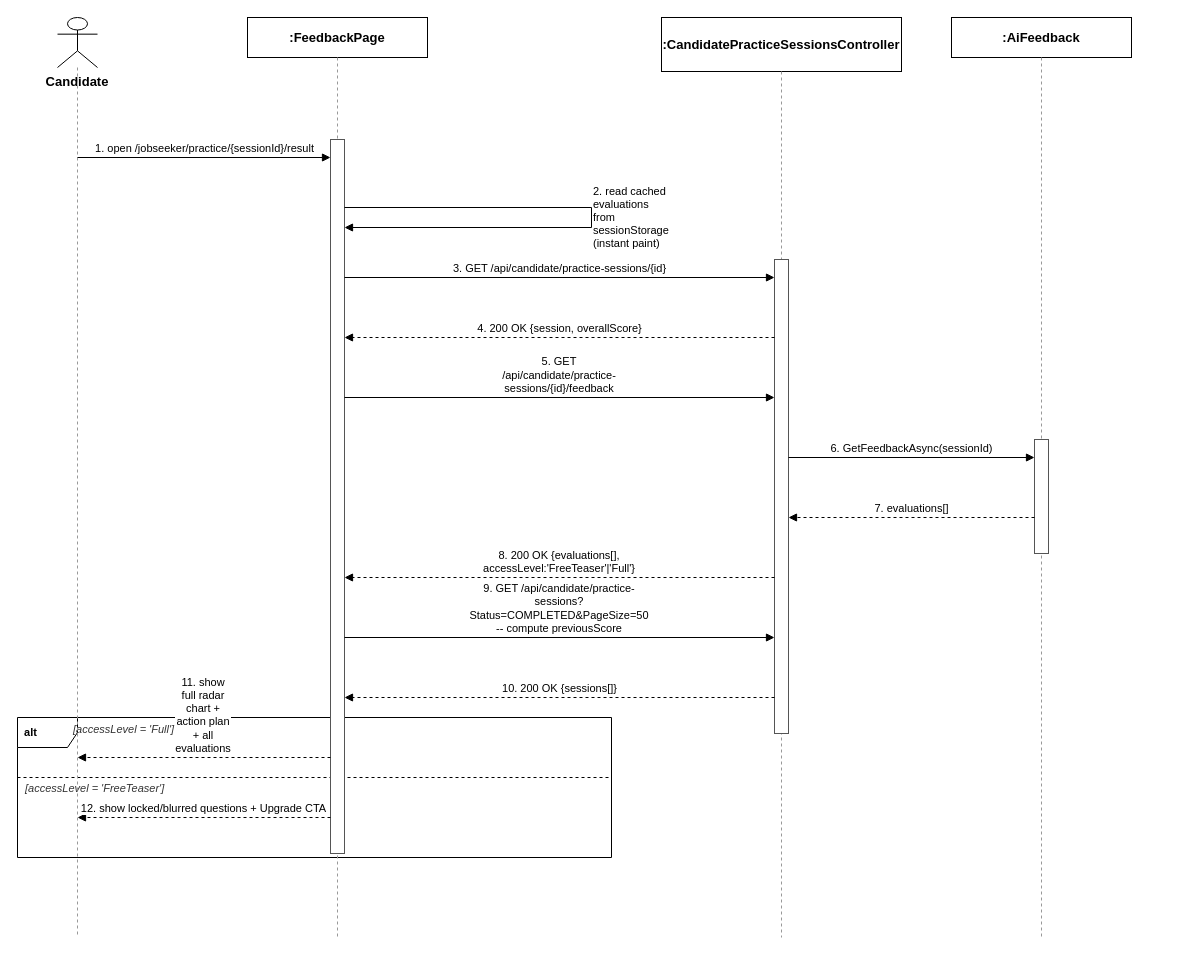
tulklk/AI_Interview_Question_Generation_RAG_LLM_FE keeps this draw.io diagram as docs/qa/Tu_SequenceDiagram/10_View_AI_Feedback_Result.drawio. Above is the earlier version. Source tidied: cells renumbered, new cells numbered last; positions are measured from the earlier drawing's top-left corner, leaving out a move shared by most shapes. Both pictures are drawn from the tidied source at 100%, with x=0, y=0 at pixel (17, 17).
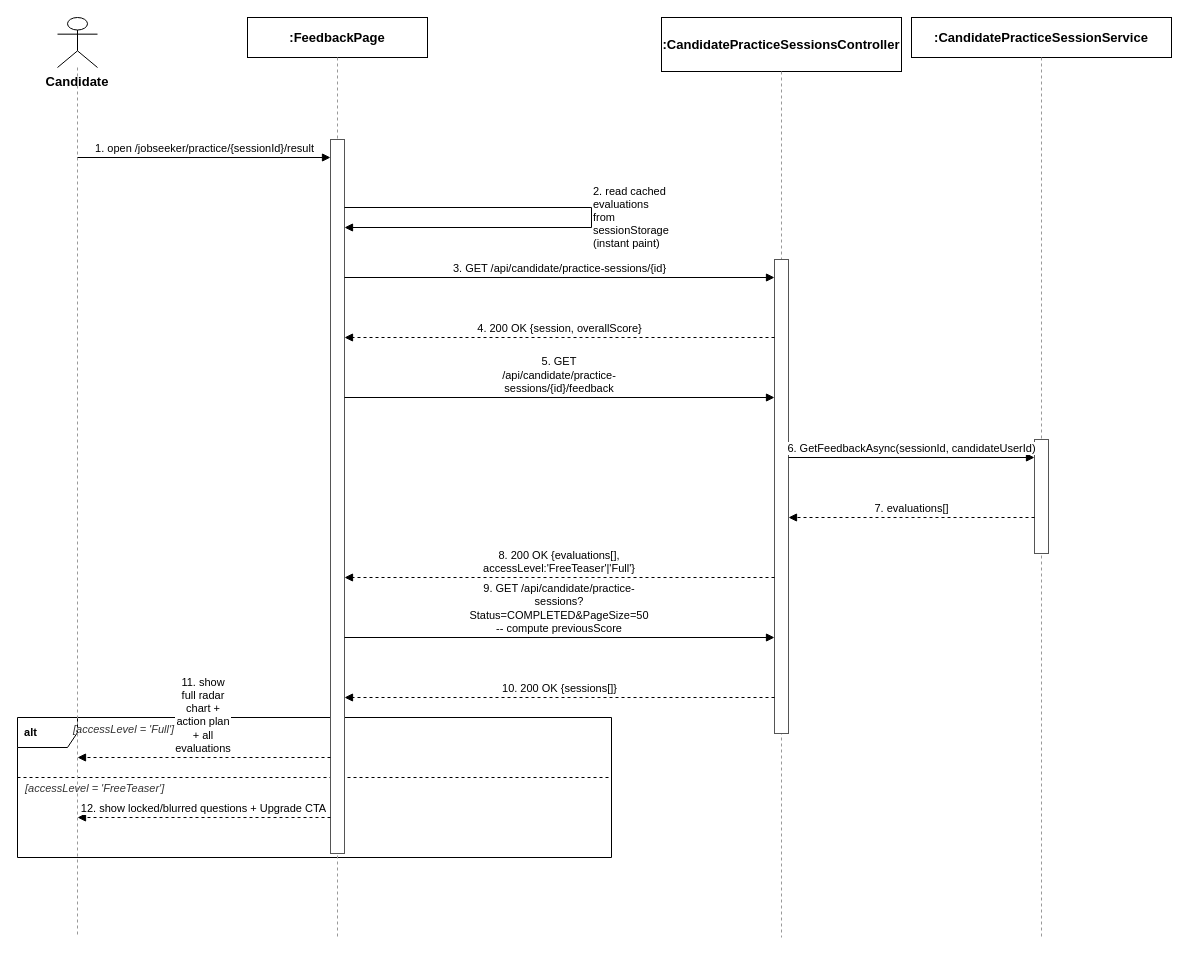
Above is the later version.

What changed in the source:
```diff
@@
-    <mxCell id="12" value=":AiFeedback" style="rounded=0;whiteSpace=wrap;html=1;fontSize=13;fillColor=#ffffff;strokeColor=#000000;fontStyle=1;" parent="1" vertex="1">
-      <mxGeometry x="934" width="180" height="40" as="geometry" />
+    <mxCell id="12" value=":CandidatePracticeSessionService" style="rounded=0;whiteSpace=wrap;html=1;fontSize=13;fillColor=#ffffff;strokeColor=#000000;fontStyle=1;" parent="1" vertex="1">
+      <mxGeometry x="894" width="260" height="40" as="geometry" />
     </mxCell>
@@
-    <mxCell id="22" value="6. GetFeedbackAsync(sessionId)" style="endArrow=block;endFill=1;html=1;fontSize=11;align=center;verticalAlign=bottom;labelBackgroundColor=#ffffff;strokeColor=#000000;" parent="1" edge="1">
+    <mxCell id="22" value="6. GetFeedbackAsync(sessionId, candidateUserId)" style="endArrow=block;endFill=1;html=1;fontSize=11;align=center;verticalAlign=bottom;labelBackgroundColor=#ffffff;strokeColor=#000000;" parent="1" edge="1">
       <mxGeometry relative="1" as="geometry">
         <mxPoint x="771" y="440" as="sourcePoint" />
         <mxPoint x="1017" y="440" as="targetPoint" />
       </mxGeometry>
     </mxCell>
```
